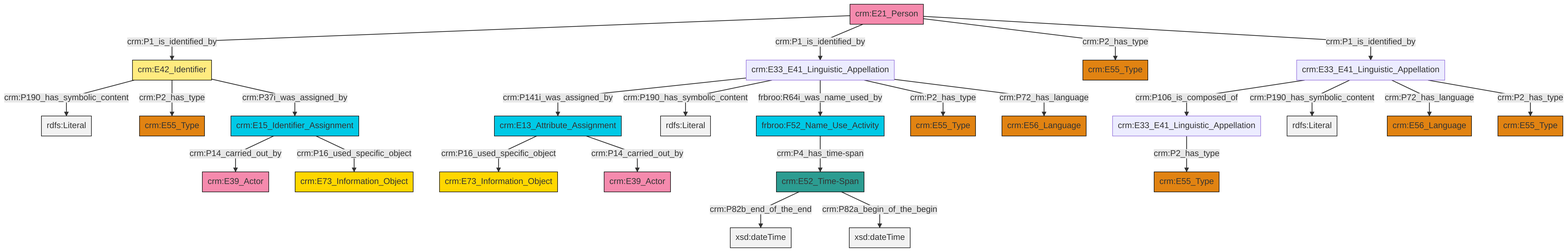
Above: et/personCSV/ttl/mmd/png/Person_Names_and_Classification.png in swiss-art-research-net/reference-data-models (Mermaid), before the change. Its source is kept beside it as et/personCSV/ttl/mmd/Person_Names_and_Classification.ttl.mmd.
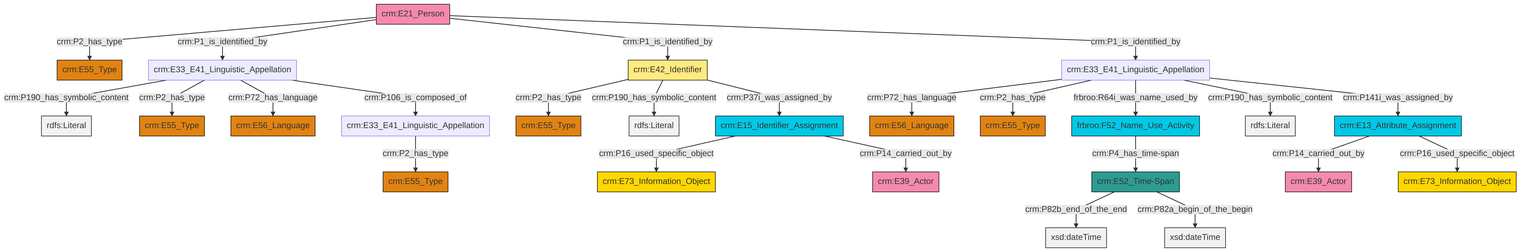
Above is the later version.

Diff of the diagram source:
```diff
@@ -13,27 +13,27 @@
 classDef PC_Classes fill:#4ce600, stroke:#000000;
 classDef Multi fill:#cccccc,stroke:#000000;
 
-0["crm:E21_Person"]:::Actor -->|crm:P1_is_identified_by| 1["crm:E42_Identifier"]:::Appellation
-1["crm:E42_Identifier"]:::Appellation -->|crm:P190_has_symbolic_content| 2[rdfs:Literal]:::Literal
-3["crm:E15_Identifier_Assignment"]:::Temporal_Entity -->|crm:P14_carried_out_by| 4["crm:E39_Actor"]:::Actor
-8["crm:E33_E41_Linguistic_Appellation"]:::Default -->|crm:P141i_was_assigned_by| 9["crm:E13_Attribute_Assignment"]:::Temporal_Entity
-17["crm:E33_E41_Linguistic_Appellation"]:::Default -->|crm:P106_is_composed_of| 6["crm:E33_E41_Linguistic_Appellation"]:::Default
-1["crm:E42_Identifier"]:::Appellation -->|crm:P2_has_type| 18["crm:E55_Type"]:::Type
-8["crm:E33_E41_Linguistic_Appellation"]:::Default -->|crm:P190_has_symbolic_content| 20[rdfs:Literal]:::Literal
-9["crm:E13_Attribute_Assignment"]:::Temporal_Entity -->|crm:P16_used_specific_object| 10["crm:E73_Information_Object"]:::Conceptual_Object
-23["frbroo:F52_Name_Use_Activity"]:::Temporal_Entity -->|crm:P4_has_time-span| 15["crm:E52_Time-Span"]:::Time-Span
-8["crm:E33_E41_Linguistic_Appellation"]:::Default -->|frbroo:R64i_was_name_used_by| 23["frbroo:F52_Name_Use_Activity"]:::Temporal_Entity
-8["crm:E33_E41_Linguistic_Appellation"]:::Default -->|crm:P2_has_type| 13["crm:E55_Type"]:::Type
-0["crm:E21_Person"]:::Actor -->|crm:P1_is_identified_by| 8["crm:E33_E41_Linguistic_Appellation"]:::Default
-15["crm:E52_Time-Span"]:::Time-Span -->|crm:P82b_end_of_the_end| 35[xsd:dateTime]:::Literal
-1["crm:E42_Identifier"]:::Appellation -->|crm:P37i_was_assigned_by| 3["crm:E15_Identifier_Assignment"]:::Temporal_Entity
-9["crm:E13_Attribute_Assignment"]:::Temporal_Entity -->|crm:P14_carried_out_by| 21["crm:E39_Actor"]:::Actor
-17["crm:E33_E41_Linguistic_Appellation"]:::Default -->|crm:P190_has_symbolic_content| 40[rdfs:Literal]:::Literal
-17["crm:E33_E41_Linguistic_Appellation"]:::Default -->|crm:P72_has_language| 32["crm:E56_Language"]:::Type
-15["crm:E52_Time-Span"]:::Time-Span -->|crm:P82a_begin_of_the_begin| 41[xsd:dateTime]:::Literal
-3["crm:E15_Identifier_Assignment"]:::Temporal_Entity -->|crm:P16_used_specific_object| 30["crm:E73_Information_Object"]:::Conceptual_Object
-6["crm:E33_E41_Linguistic_Appellation"]:::Default -->|crm:P2_has_type| 26["crm:E55_Type"]:::Type
-8["crm:E33_E41_Linguistic_Appellation"]:::Default -->|crm:P72_has_language| 37["crm:E56_Language"]:::Type
-0["crm:E21_Person"]:::Actor -->|crm:P2_has_type| 28["crm:E55_Type"]:::Type
-17["crm:E33_E41_Linguistic_Appellation"]:::Default -->|crm:P2_has_type| 24["crm:E55_Type"]:::Type
-0["crm:E21_Person"]:::Actor -->|crm:P1_is_identified_by| 17["crm:E33_E41_Linguistic_Appellation"]:::Default
+9["crm:E15_Identifier_Assignment"]:::Temporal_Entity -->|crm:P16_used_specific_object| 10["crm:E73_Information_Object"]:::Conceptual_Object
+11["crm:E21_Person"]:::Actor -->|crm:P2_has_type| 12["crm:E55_Type"]:::Type
+11["crm:E21_Person"]:::Actor -->|crm:P1_is_identified_by| 2["crm:E33_E41_Linguistic_Appellation"]:::Default
+15["crm:E13_Attribute_Assignment"]:::Temporal_Entity -->|crm:P14_carried_out_by| 16["crm:E39_Actor"]:::Actor
+4["crm:E42_Identifier"]:::Appellation -->|crm:P2_has_type| 17["crm:E55_Type"]:::Type
+13["crm:E33_E41_Linguistic_Appellation"]:::Default -->|crm:P72_has_language| 18["crm:E56_Language"]:::Type
+4["crm:E42_Identifier"]:::Appellation -->|crm:P190_has_symbolic_content| 19[rdfs:Literal]:::Literal
+6["crm:E33_E41_Linguistic_Appellation"]:::Default -->|crm:P2_has_type| 20["crm:E55_Type"]:::Type
+13["crm:E33_E41_Linguistic_Appellation"]:::Default -->|crm:P2_has_type| 25["crm:E55_Type"]:::Type
+21["crm:E52_Time-Span"]:::Time-Span -->|crm:P82b_end_of_the_end| 26[xsd:dateTime]:::Literal
+11["crm:E21_Person"]:::Actor -->|crm:P1_is_identified_by| 4["crm:E42_Identifier"]:::Appellation
+27["frbroo:F52_Name_Use_Activity"]:::Temporal_Entity -->|crm:P4_has_time-span| 21["crm:E52_Time-Span"]:::Time-Span
+2["crm:E33_E41_Linguistic_Appellation"]:::Default -->|crm:P190_has_symbolic_content| 36[rdfs:Literal]:::Literal
+13["crm:E33_E41_Linguistic_Appellation"]:::Default -->|frbroo:R64i_was_name_used_by| 27["frbroo:F52_Name_Use_Activity"]:::Temporal_Entity
+2["crm:E33_E41_Linguistic_Appellation"]:::Default -->|crm:P2_has_type| 34["crm:E55_Type"]:::Type
+2["crm:E33_E41_Linguistic_Appellation"]:::Default -->|crm:P72_has_language| 0["crm:E56_Language"]:::Type
+21["crm:E52_Time-Span"]:::Time-Span -->|crm:P82a_begin_of_the_begin| 40[xsd:dateTime]:::Literal
+2["crm:E33_E41_Linguistic_Appellation"]:::Default -->|crm:P106_is_composed_of| 6["crm:E33_E41_Linguistic_Appellation"]:::Default
+9["crm:E15_Identifier_Assignment"]:::Temporal_Entity -->|crm:P14_carried_out_by| 38["crm:E39_Actor"]:::Actor
+11["crm:E21_Person"]:::Actor -->|crm:P1_is_identified_by| 13["crm:E33_E41_Linguistic_Appellation"]:::Default
+13["crm:E33_E41_Linguistic_Appellation"]:::Default -->|crm:P190_has_symbolic_content| 44[rdfs:Literal]:::Literal
+4["crm:E42_Identifier"]:::Appellation -->|crm:P37i_was_assigned_by| 9["crm:E15_Identifier_Assignment"]:::Temporal_Entity
+15["crm:E13_Attribute_Assignment"]:::Temporal_Entity -->|crm:P16_used_specific_object| 30["crm:E73_Information_Object"]:::Conceptual_Object
+13["crm:E33_E41_Linguistic_Appellation"]:::Default -->|crm:P141i_was_assigned_by| 15["crm:E13_Attribute_Assignment"]:::Temporal_Entity
```
